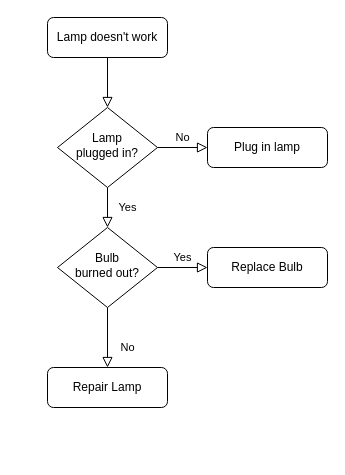
L4mb3/PYTHON keeps this draw.io diagram as Black Jack/Black_jack.drawio. Above is the earlier version. Source tidied: cells renumbered, new cells numbered last; positions are measured from the earlier drawing's top-left corner, leaving out a move shared by most shapes. Both pictures are drawn from the tidied source at 100%, with x=0, y=0 at pixel (47, 17).
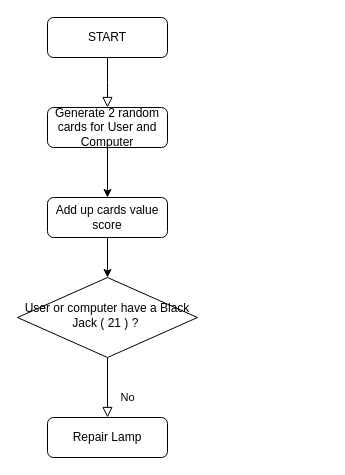
Above is the later version.

What changed in the source:
```diff
@@
 <mxGraphModel>
   <root>
     <mxCell id="0" />
     <mxCell id="1" parent="0" />
-    <mxCell id="2" style="rounded=0;html=1;jettySize=auto;fontSize=11;endArrow=block;endFill=0;endSize=8;strokeWidth=1;shadow=0;labelBackgroundColor=none;edgeStyle=orthogonalEdgeStyle;" parent="1" edge="1" source="3" target="6">
-      <mxGeometry relative="1" as="geometry" />
+    <mxCell id="2" style="rounded=0;html=1;jettySize=auto;fontSize=11;endArrow=block;endFill=0;endSize=8;strokeWidth=1;shadow=0;labelBackgroundColor=none;edgeStyle=orthogonalEdgeStyle;" parent="1" edge="1" source="3">
+      <mxGeometry relative="1" as="geometry">
+        <mxPoint x="60" y="90" as="targetPoint" />
+      </mxGeometry>
     </mxCell>
-    <mxCell id="3" value="Lamp doesn't work" style="rounded=1;whiteSpace=wrap;html=1;fontSize=12;glass=0;strokeWidth=1;shadow=0;" parent="1" vertex="1">
+    <mxCell id="3" value="START" style="rounded=1;whiteSpace=wrap;html=1;fontSize=12;glass=0;strokeWidth=1;shadow=0;" parent="1" vertex="1">
       <mxGeometry width="120" height="40" as="geometry" />
     </mxCell>
-    <mxCell id="4" value="Yes" style="rounded=0;html=1;jettySize=auto;fontSize=11;endArrow=block;endFill=0;endSize=8;strokeWidth=1;shadow=0;labelBackgroundColor=none;edgeStyle=orthogonalEdgeStyle;" parent="1" edge="1" source="6" target="10">
-      <mxGeometry y="20" relative="1" as="geometry" />
-    </mxCell>
-    <mxCell id="5" value="No" style="edgeStyle=orthogonalEdgeStyle;rounded=0;html=1;jettySize=auto;fontSize=11;endArrow=block;endFill=0;endSize=8;strokeWidth=1;shadow=0;labelBackgroundColor=none;" parent="1" edge="1" source="6" target="7">
-      <mxGeometry y="10" relative="1" as="geometry" />
-    </mxCell>
-    <mxCell id="6" value="Lamp&lt;br&gt;plugged in?" style="rhombus;whiteSpace=wrap;html=1;shadow=0;fontFamily=Helvetica;fontSize=12;align=center;strokeWidth=1;spacing=6;spacingTop=-4;" parent="1" vertex="1">
-      <mxGeometry x="10" y="90" width="100" height="80" as="geometry" />
-    </mxCell>
+    <mxCell id="13" style="edgeStyle=orthogonalEdgeStyle;rounded=0;jettySize=auto;html=1;" parent="1" edge="1" source="7" target="12">
+      <mxGeometry relative="1" as="geometry" />
+    </mxCell>
-    <mxCell id="7" value="Plug in lamp" style="rounded=1;whiteSpace=wrap;html=1;fontSize=12;glass=0;strokeWidth=1;shadow=0;" parent="1" vertex="1">
-      <mxGeometry x="160" y="110" width="120" height="40" as="geometry" />
+    <mxCell id="7" value="Generate 2 random cards for User and Computer" style="rounded=1;whiteSpace=wrap;html=1;fontSize=12;glass=0;strokeWidth=1;shadow=0;" parent="1" vertex="1">
+      <mxGeometry y="90" width="120" height="40" as="geometry" />
     </mxCell>
     <mxCell id="8" value="No" style="rounded=0;html=1;jettySize=auto;fontSize=11;endArrow=block;endFill=0;endSize=8;strokeWidth=1;shadow=0;labelBackgroundColor=none;edgeStyle=orthogonalEdgeStyle;" parent="1" edge="1" source="10" target="11">
       <mxGeometry x="0.33" y="20" relative="1" as="geometry" />
     </mxCell>
-    <mxCell id="9" value="Yes" style="edgeStyle=orthogonalEdgeStyle;rounded=0;html=1;jettySize=auto;fontSize=11;endArrow=block;endFill=0;endSize=8;strokeWidth=1;shadow=0;labelBackgroundColor=none;" parent="1" edge="1" source="10" target="12">
-      <mxGeometry y="10" relative="1" as="geometry" />
-    </mxCell>
-    <mxCell id="10" value="Bulb&lt;br&gt;burned out?" style="rhombus;whiteSpace=wrap;html=1;shadow=0;fontFamily=Helvetica;fontSize=12;align=center;strokeWidth=1;spacing=6;spacingTop=-4;" parent="1" vertex="1">
-      <mxGeometry x="10" y="210" width="100" height="80" as="geometry" />
+    <mxCell id="10" value="User or computer have a Black Jack ( 21 ) ?&amp;nbsp;" style="rhombus;whiteSpace=wrap;html=1;shadow=0;fontFamily=Helvetica;fontSize=12;align=center;strokeWidth=1;spacing=6;spacingTop=-4;" parent="1" vertex="1">
+      <mxGeometry x="-30" y="260" width="180" height="80" as="geometry" />
     </mxCell>
     <mxCell id="11" value="Repair Lamp" style="rounded=1;whiteSpace=wrap;html=1;fontSize=12;glass=0;strokeWidth=1;shadow=0;" parent="1" vertex="1">
-      <mxGeometry y="350" width="120" height="40" as="geometry" />
+      <mxGeometry y="400" width="120" height="40" as="geometry" />
     </mxCell>
+    <mxCell id="14" style="edgeStyle=orthogonalEdgeStyle;rounded=0;jettySize=auto;html=1;" parent="1" edge="1" source="12" target="10">
+      <mxGeometry relative="1" as="geometry" />
+    </mxCell>
-    <mxCell id="12" value="Replace Bulb" style="rounded=1;whiteSpace=wrap;html=1;fontSize=12;glass=0;strokeWidth=1;shadow=0;" parent="1" vertex="1">
-      <mxGeometry x="160" y="230" width="120" height="40" as="geometry" />
+    <mxCell id="12" value="Add up cards value score" style="rounded=1;whiteSpace=wrap;html=1;fontSize=12;glass=0;strokeWidth=1;shadow=0;" parent="1" vertex="1">
+      <mxGeometry y="180" width="120" height="40" as="geometry" />
     </mxCell>
   </root>
 </mxGraphModel>
```
